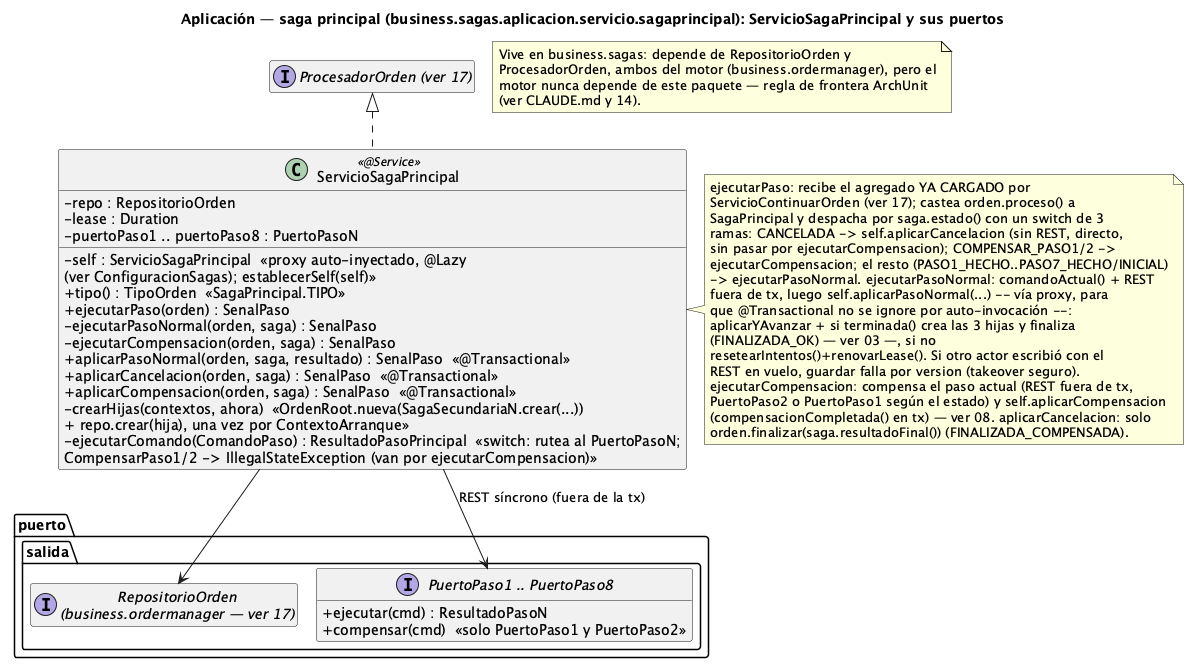
Above: order-manager/docs/18-clases-aplicacion-saga-principal.png in ralcazar/patrones (PlantUML), before the change.
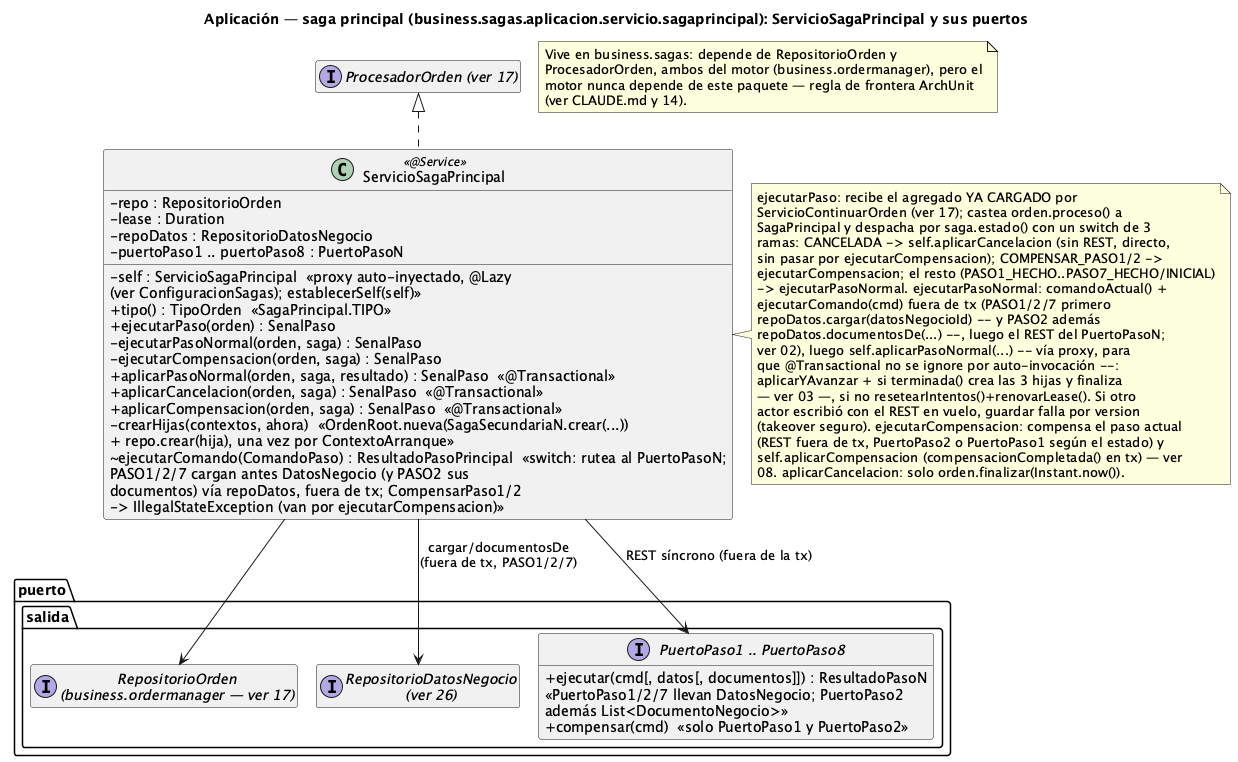
After the commit.

Diff of the diagram source:
```diff
@@ -9,6 +9,7 @@
 class ServicioSagaPrincipal <<@Service>> {
   -repo : RepositorioOrden
   -lease : Duration
+  -repoDatos : RepositorioDatosNegocio
   -puertoPaso1 .. puertoPaso8 : PuertoPasoN
   -self : ServicioSagaPrincipal  «proxy auto-inyectado, @Lazy\n(ver ConfiguracionSagas); establecerSelf(self)»
   +tipo() : TipoOrden  «SagaPrincipal.TIPO»
@@ -19,7 +20,7 @@
   +aplicarCancelacion(orden, saga) : SenalPaso  «@Transactional»
   +aplicarCompensacion(orden, saga) : SenalPaso  «@Transactional»
   -crearHijas(contextos, ahora)  «OrdenRoot.nueva(SagaSecundariaN.crear(...))\n+ repo.crear(hija), una vez por ContextoArranque»
-  -ejecutarComando(ComandoPaso) : ResultadoPasoPrincipal  «switch: rutea al PuertoPasoN;\nCompensarPaso1/2 -> IllegalStateException (van por ejecutarCompensacion)»
+  ~ejecutarComando(ComandoPaso) : ResultadoPasoPrincipal  «switch: rutea al PuertoPasoN;\nPASO1/2/7 cargan antes DatosNegocio (y PASO2 sus\ndocumentos) vía repoDatos, fuera de tx; CompensarPaso1/2\n-> IllegalStateException (van por ejecutarCompensacion)»
 }
 note right of ServicioSagaPrincipal
   ejecutarPaso: recibe el agregado YA CARGADO por
@@ -28,29 +29,33 @@
   ramas: CANCELADA -> self.aplicarCancelacion (sin REST, directo,
   sin pasar por ejecutarCompensacion); COMPENSAR_PASO1/2 ->
   ejecutarCompensacion; el resto (PASO1_HECHO..PASO7_HECHO/INICIAL)
-  -> ejecutarPasoNormal. ejecutarPasoNormal: comandoActual() + REST
-  fuera de tx, luego self.aplicarPasoNormal(...) -- vía proxy, para
+  -> ejecutarPasoNormal. ejecutarPasoNormal: comandoActual() +
+  ejecutarComando(cmd) fuera de tx (PASO1/2/7 primero
+  repoDatos.cargar(datosNegocioId) -- y PASO2 además
+  repoDatos.documentosDe(...) --, luego el REST del PuertoPasoN;
+  ver 02), luego self.aplicarPasoNormal(...) -- vía proxy, para
   que @Transactional no se ignore por auto-invocación --:
   aplicarYAvanzar + si terminada() crea las 3 hijas y finaliza
-  (FINALIZADA_OK) — ver 03 —, si no
-  resetearIntentos()+renovarLease(). Si otro actor escribió con el
-  REST en vuelo, guardar falla por version (takeover seguro).
-  ejecutarCompensacion: compensa el paso actual (REST fuera de tx,
-  PuertoPaso2 o PuertoPaso1 según el estado) y self.aplicarCompensacion
-  (compensacionCompletada() en tx) — ver 08. aplicarCancelacion: solo
-  orden.finalizar(saga.resultadoFinal()) (FINALIZADA_COMPENSADA).
+  — ver 03 —, si no resetearIntentos()+renovarLease(). Si otro
+  actor escribió con el REST en vuelo, guardar falla por version
+  (takeover seguro). ejecutarCompensacion: compensa el paso actual
+  (REST fuera de tx, PuertoPaso2 o PuertoPaso1 según el estado) y
+  self.aplicarCompensacion (compensacionCompletada() en tx) — ver
+  08. aplicarCancelacion: solo orden.finalizar(Instant.now()).
 end note
 
 package "puerto.salida" {
   interface "RepositorioOrden\n(business.ordermanager — ver 17)" as RepositorioOrden
+  interface "RepositorioDatosNegocio\n(ver 26)" as RepositorioDatosNegocio
   interface "PuertoPaso1 .. PuertoPaso8" as PuertosPaso {
-    +ejecutar(cmd) : ResultadoPasoN
+    +ejecutar(cmd[, datos[, documentos]]) : ResultadoPasoN\n«PuertoPaso1/2/7 llevan DatosNegocio; PuertoPaso2\nademás List<DocumentoNegocio>»
     +compensar(cmd)  «solo PuertoPaso1 y PuertoPaso2»
   }
 }
 
 Base <|.. ServicioSagaPrincipal
 ServicioSagaPrincipal --> RepositorioOrden
+ServicioSagaPrincipal --> RepositorioDatosNegocio : cargar/documentosDe\n(fuera de tx, PASO1/2/7)
 ServicioSagaPrincipal --> PuertosPaso : REST síncrono (fuera de la tx)
 
 note as NPaquete
```
